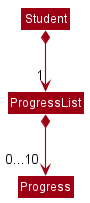
The PlantUML diagram docs/images/StudentWithProgressListClassDiagram.png in nus-cs2103-AY2122S1/tp, before a commit.
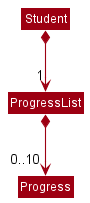
The same diagram one commit later.

Diff of the diagram source:
```diff
@@ -10,5 +10,5 @@
 
 Student *--> "1" ProgressList
 
-ProgressList *--> "0...10" Progress
+ProgressList *--> "0..10" Progress
 @enduml
```
